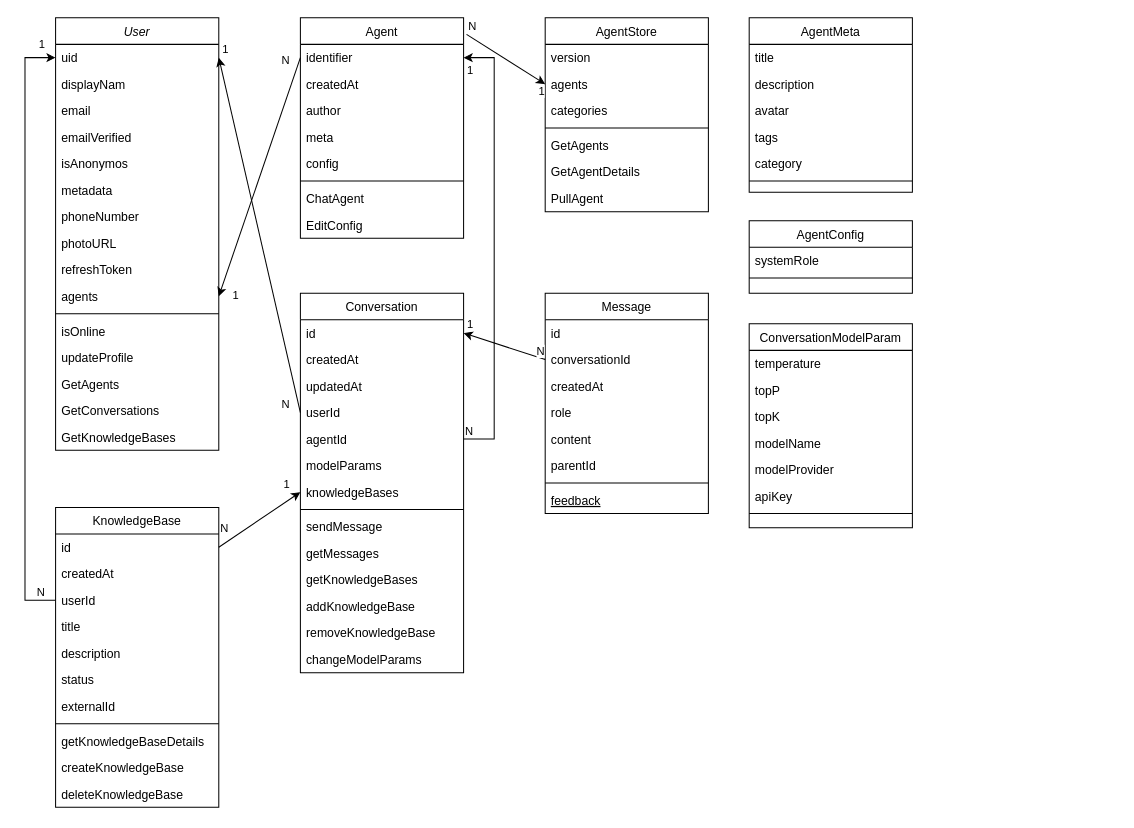
This is DomainDiagram.drawio from GitTuanKiet/CSE441_PROJECT, a draw.io file, before an edit. Source tidied: cells renumbered, new cells numbered last; positions are measured from the earlier drawing's top-left corner, leaving out a move shared by most shapes. Both pictures are drawn from the tidied source at 102%, with x=0, y=0 at pixel (24, 17).
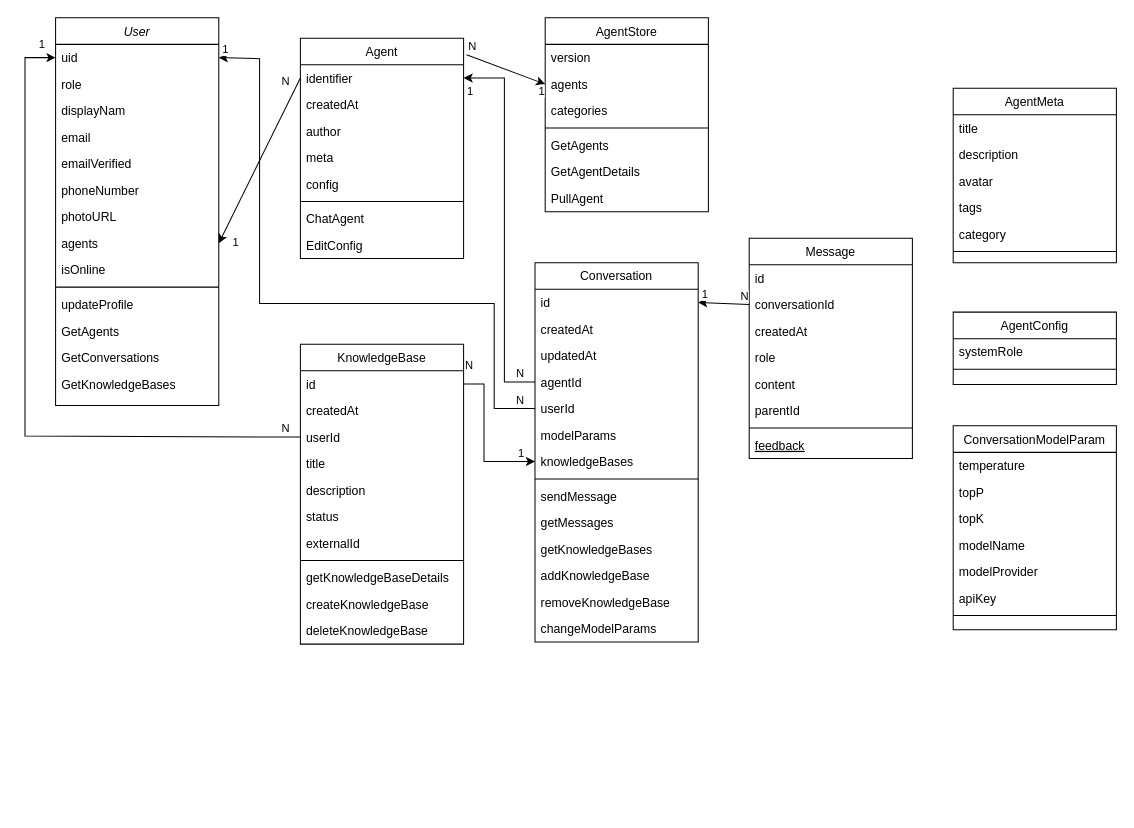
The same page after the edit.

Unchanged cells that the change refers to:
```xml
<mxCell id="3" value="uid" style="text;align=left;verticalAlign=top;spacingLeft=4;spacingRight=4;overflow=hidden;points=[[0,0.5],[1,0.5]];portConstraint=eastwest;" parent="2" vertex="1">
  <mxGeometry y="26" width="160" height="26" as="geometry" />
</mxCell>
<mxCell id="26" value="knowledgeBases" style="text;align=left;verticalAlign=top;spacingLeft=4;spacingRight=4;overflow=hidden;points=[[0,0.5],[1,0.5]];portConstraint=eastwest;rounded=0;shadow=0;html=0;" parent="19" vertex="1">
  <mxGeometry y="182" width="160" height="26" as="geometry" />
</mxCell>
<mxCell id="35" value="identifier" style="text;align=left;verticalAlign=top;spacingLeft=4;spacingRight=4;overflow=hidden;points=[[0,0.5],[1,0.5]];portConstraint=eastwest;" parent="34" vertex="1">
  <mxGeometry y="26" width="160" height="26" as="geometry" />
</mxCell>
<mxCell id="52" value="id" style="text;align=left;verticalAlign=top;spacingLeft=4;spacingRight=4;overflow=hidden;points=[[0,0.5],[1,0.5]];portConstraint=eastwest;" parent="51" vertex="1">
  <mxGeometry y="26" width="160" height="26" as="geometry" />
</mxCell>
<mxCell id="54" value="userId" style="text;align=left;verticalAlign=top;spacingLeft=4;spacingRight=4;overflow=hidden;points=[[0,0.5],[1,0.5]];portConstraint=eastwest;rounded=0;shadow=0;html=0;" parent="51" vertex="1">
  <mxGeometry y="78" width="160" height="26" as="geometry" />
</mxCell>
```

The edit, as a diff of the source:
```diff
@@
     <mxCell id="2" value="User" style="swimlane;fontStyle=2;align=center;verticalAlign=top;horizontal=1;startSize=26;rounded=0;shadow=0;strokeWidth=1;" parent="1" vertex="1">
-      <mxGeometry x="30" width="160" height="424" as="geometry" />
+      <mxGeometry x="30" width="160" height="380" as="geometry" />
     </mxCell>
@@
+    <mxCell id="8" value="role" style="text;align=left;verticalAlign=top;spacingLeft=4;spacingRight=4;overflow=hidden;rounded=0;shadow=0;html=0;" parent="2" vertex="1">
+      <mxGeometry y="52" width="160" height="26" as="geometry" />
+    </mxCell>
     <mxCell id="4" value="displayNam" style="text;align=left;verticalAlign=top;spacingLeft=4;spacingRight=4;overflow=hidden;rounded=0;shadow=0;html=0;" parent="2" vertex="1">
-      <mxGeometry y="52" width="160" height="26" as="geometry" />
+      <mxGeometry y="78" width="160" height="26" as="geometry" />
     </mxCell>
     <mxCell id="5" value="email" style="text;align=left;verticalAlign=top;spacingLeft=4;spacingRight=4;overflow=hidden;rounded=0;shadow=0;html=0;" parent="2" vertex="1">
-      <mxGeometry y="78" width="160" height="26" as="geometry" />
+      <mxGeometry y="104" width="160" height="26" as="geometry" />
     </mxCell>
     <mxCell id="6" value="emailVerified" style="text;align=left;verticalAlign=top;spacingLeft=4;spacingRight=4;overflow=hidden;rounded=0;shadow=0;html=0;" parent="2" vertex="1">
-      <mxGeometry y="104" width="160" height="26" as="geometry" />
+      <mxGeometry y="130" width="160" height="26" as="geometry" />
     </mxCell>
-    <mxCell id="7" value="isAnonymos" style="text;align=left;verticalAlign=top;spacingLeft=4;spacingRight=4;overflow=hidden;rounded=0;shadow=0;html=0;" parent="2" vertex="1">
-      <mxGeometry y="130" width="160" height="26" as="geometry" />
-    </mxCell>
-    <mxCell id="8" value="metadata" style="text;align=left;verticalAlign=top;spacingLeft=4;spacingRight=4;overflow=hidden;rounded=0;shadow=0;html=0;" parent="2" vertex="1">
-      <mxGeometry y="156" width="160" height="26" as="geometry" />
-    </mxCell>
     <mxCell id="9" value="phoneNumber" style="text;align=left;verticalAlign=top;spacingLeft=4;spacingRight=4;overflow=hidden;rounded=0;shadow=0;html=0;" parent="2" vertex="1">
-      <mxGeometry y="182" width="160" height="26" as="geometry" />
+      <mxGeometry y="156" width="160" height="26" as="geometry" />
     </mxCell>
     <mxCell id="10" value="photoURL" style="text;align=left;verticalAlign=top;spacingLeft=4;spacingRight=4;overflow=hidden;rounded=0;shadow=0;html=0;" parent="2" vertex="1">
-      <mxGeometry y="208" width="160" height="26" as="geometry" />
+      <mxGeometry y="182" width="160" height="26" as="geometry" />
     </mxCell>
-    <mxCell id="11" value="refreshToken" style="text;align=left;verticalAlign=top;spacingLeft=4;spacingRight=4;overflow=hidden;rounded=0;shadow=0;html=0;" parent="2" vertex="1">
-      <mxGeometry y="234" width="160" height="26" as="geometry" />
-    </mxCell>
     <mxCell id="12" value="agents" style="text;align=left;verticalAlign=top;spacingLeft=4;spacingRight=4;overflow=hidden;points=[[0,0.5],[1,0.5]];portConstraint=eastwest;rounded=0;shadow=0;html=0;" parent="2" vertex="1">
-      <mxGeometry y="260" width="160" height="26" as="geometry" />
+      <mxGeometry y="208" width="160" height="26" as="geometry" />
     </mxCell>
+    <mxCell id="14" value="isOnline" style="text;align=left;verticalAlign=top;spacingLeft=4;spacingRight=4;overflow=hidden;" parent="2" vertex="1">
+      <mxGeometry y="234" width="160" height="26" as="geometry" />
+    </mxCell>
     <mxCell id="13" style="line;html=1;strokeWidth=1;align=left;verticalAlign=middle;spacingTop=-1;spacingLeft=3;spacingRight=3;labelPosition=right;" parent="2" vertex="1">
-      <mxGeometry y="286" width="160" height="8" as="geometry" />
+      <mxGeometry y="260" width="160" height="8" as="geometry" />
     </mxCell>
-    <mxCell id="14" value="isOnline" style="text;align=left;verticalAlign=top;spacingLeft=4;spacingRight=4;overflow=hidden;" parent="2" vertex="1">
-      <mxGeometry y="294" width="160" height="26" as="geometry" />
-    </mxCell>
     <mxCell id="15" value="updateProfile" style="text;align=left;verticalAlign=top;spacingLeft=4;spacingRight=4;overflow=hidden;" parent="2" vertex="1">
-      <mxGeometry y="320" width="160" height="26" as="geometry" />
+      <mxGeometry y="268" width="160" height="26" as="geometry" />
     </mxCell>
     <mxCell id="16" value="GetAgents" style="text;align=left;verticalAlign=top;spacingLeft=4;spacingRight=4;overflow=hidden;" parent="2" vertex="1">
-      <mxGeometry y="346" width="160" height="26" as="geometry" />
+      <mxGeometry y="294" width="160" height="26" as="geometry" />
     </mxCell>
     <mxCell id="17" value="GetConversations" style="text;align=left;verticalAlign=top;spacingLeft=4;spacingRight=4;overflow=hidden;" parent="2" vertex="1">
-      <mxGeometry y="372" width="160" height="26" as="geometry" />
+      <mxGeometry y="320" width="160" height="26" as="geometry" />
     </mxCell>
     <mxCell id="18" value="GetKnowledgeBases" style="text;align=left;verticalAlign=top;spacingLeft=4;spacingRight=4;overflow=hidden;" parent="2" vertex="1">
-      <mxGeometry y="398" width="160" height="26" as="geometry" />
+      <mxGeometry y="346" width="160" height="26" as="geometry" />
     </mxCell>
     <mxCell id="19" value="Conversation" style="swimlane;fontStyle=0;align=center;verticalAlign=top;horizontal=1;startSize=26;rounded=0;shadow=0;strokeWidth=1;" parent="1" vertex="1">
-      <mxGeometry x="270" y="270" width="160" height="372" as="geometry" />
+      <mxGeometry x="500" y="240" width="160" height="372" as="geometry" />
     </mxCell>
@@
+    <mxCell id="24" value="agentId" style="text;align=left;verticalAlign=top;spacingLeft=4;spacingRight=4;overflow=hidden;points=[[0,0.5],[1,0.5]];portConstraint=eastwest;rounded=0;shadow=0;html=0;" parent="19" vertex="1">
+      <mxGeometry y="104" width="160" height="26" as="geometry" />
+    </mxCell>
     <mxCell id="23" value="userId" style="text;align=left;verticalAlign=top;spacingLeft=4;spacingRight=4;overflow=hidden;points=[[0,0.5],[1,0.5]];portConstraint=eastwest;rounded=0;shadow=0;html=0;" parent="19" vertex="1">
-      <mxGeometry y="104" width="160" height="26" as="geometry" />
+      <mxGeometry y="130" width="160" height="26" as="geometry" />
     </mxCell>
-    <mxCell id="24" value="agentId" style="text;align=left;verticalAlign=top;spacingLeft=4;spacingRight=4;overflow=hidden;points=[[0,0.5],[1,0.5]];portConstraint=eastwest;rounded=0;shadow=0;html=0;" parent="19" vertex="1">
-      <mxGeometry y="130" width="160" height="26" as="geometry" />
-    </mxCell>
@@
     <mxCell id="34" value="Agent" style="swimlane;fontStyle=0;align=center;verticalAlign=top;horizontal=1;startSize=26;rounded=0;shadow=0;strokeWidth=1;" parent="1" vertex="1">
-      <mxGeometry x="270" width="160" height="216" as="geometry" />
+      <mxGeometry x="270" y="20" width="160" height="216" as="geometry" />
     </mxCell>
@@
     <mxCell id="51" value="KnowledgeBase" style="swimlane;fontStyle=0;align=center;verticalAlign=top;horizontal=1;startSize=26;rounded=0;shadow=0;strokeWidth=1;" parent="1" vertex="1">
-      <mxGeometry x="30" y="480" width="160" height="294" as="geometry" />
+      <mxGeometry x="270" y="320" width="160" height="294" as="geometry" />
     </mxCell>
@@
     <mxCell id="63" value="Message" style="swimlane;fontStyle=0;align=center;verticalAlign=top;horizontal=1;startSize=26;rounded=0;shadow=0;strokeWidth=1;" parent="1" vertex="1">
-      <mxGeometry x="510" y="270" width="160" height="216" as="geometry" />
+      <mxGeometry x="710" y="216" width="160" height="216" as="geometry" />
     </mxCell>
@@
-    <mxCell id="78" style="endArrow=classic;html=1;rounded=0;exitX=1;exitY=0.5;exitDx=0;exitDy=0;entryX=1;entryY=0.5;entryDx=0;entryDy=0;" parent="1" edge="1" source="24" target="35">
+    <mxCell id="78" style="endArrow=classic;html=1;rounded=0;exitX=0;exitY=0.5;exitDx=0;exitDy=0;entryX=1;entryY=0.5;entryDx=0;entryDy=0;" parent="1" edge="1" source="24" target="35">
       <mxGeometry relative="1" as="geometry">
         <Array as="points">
-          <mxPoint x="460" y="413" />
-          <mxPoint x="460" y="39" />
+          <mxPoint x="470" y="357" />
+          <mxPoint x="470" y="59" />
         </Array>
       </mxGeometry>
     </mxCell>
     <mxCell id="79" value="N" style="edgeLabel;html=1;align=left;verticalAlign=bottom;" parent="78" vertex="1">
-      <mxGeometry x="-1" relative="1" as="geometry" />
+      <mxGeometry x="-1" relative="1" as="geometry">
+        <mxPoint x="-20" as="offset" />
+      </mxGeometry>
     </mxCell>
@@
     <mxCell id="84" style="endArrow=classic;html=1;rounded=0;entryX=1;entryY=0.5;entryDx=0;entryDy=0;exitX=0;exitY=0.5;exitDx=0;exitDy=0;" parent="1" edge="1" source="23" target="3">
-      <mxGeometry relative="1" as="geometry" />
+      <mxGeometry relative="1" as="geometry">
+        <Array as="points">
+          <mxPoint x="460" y="383" />
+          <mxPoint x="460" y="357" />
+          <mxPoint x="460" y="280" />
+          <mxPoint x="230" y="280" />
+          <mxPoint x="230" y="40" />
+        </Array>
+      </mxGeometry>
     </mxCell>
@@
     <mxCell id="87" style="endArrow=classic;html=1;rounded=0;entryX=0;entryY=0.5;entryDx=0;entryDy=0;exitX=0;exitY=0.5;exitDx=0;exitDy=0;" parent="1" edge="1" source="54" target="3">
       <mxGeometry relative="1" as="geometry">
         <Array as="points">
-          <mxPoint y="571" />
+          <mxPoint x="230" y="411" />
+          <mxPoint y="410" />
           <mxPoint y="300" />
           <mxPoint y="39" />
         </Array>
       </mxGeometry>
     </mxCell>
@@
     <mxCell id="90" style="endArrow=classic;html=1;rounded=0;entryX=0;entryY=0.5;entryDx=0;entryDy=0;exitX=1;exitY=0.5;exitDx=0;exitDy=0;" parent="1" edge="1" source="52" target="26">
-      <mxGeometry relative="1" as="geometry" />
+      <mxGeometry relative="1" as="geometry">
+        <Array as="points">
+          <mxPoint x="450" y="359" />
+          <mxPoint x="450" y="435" />
+        </Array>
+      </mxGeometry>
     </mxCell>
@@
     <mxCell id="93" value="ConversationModelParam" style="swimlane;fontStyle=0;align=center;verticalAlign=top;horizontal=1;startSize=26;rounded=0;shadow=0;strokeWidth=1;" parent="1" vertex="1">
-      <mxGeometry x="710" y="300" width="160" height="200" as="geometry" />
+      <mxGeometry x="910" y="400" width="160" height="200" as="geometry" />
     </mxCell>
@@
     <mxCell id="101" value="AgentMeta" style="swimlane;fontStyle=0;align=center;verticalAlign=top;horizontal=1;startSize=26;rounded=0;shadow=0;strokeWidth=1;" parent="1" vertex="1">
-      <mxGeometry x="710" width="160" height="171" as="geometry" />
+      <mxGeometry x="910" y="69" width="160" height="171" as="geometry" />
     </mxCell>
@@
     <mxCell id="108" value="AgentConfig" style="swimlane;fontStyle=0;align=center;verticalAlign=top;horizontal=1;startSize=26;rounded=0;shadow=0;strokeWidth=1;" parent="1" vertex="1">
-      <mxGeometry x="710" y="199" width="160" height="71" as="geometry" />
+      <mxGeometry x="910" y="288.5" width="160" height="71" as="geometry" />
     </mxCell>
```
